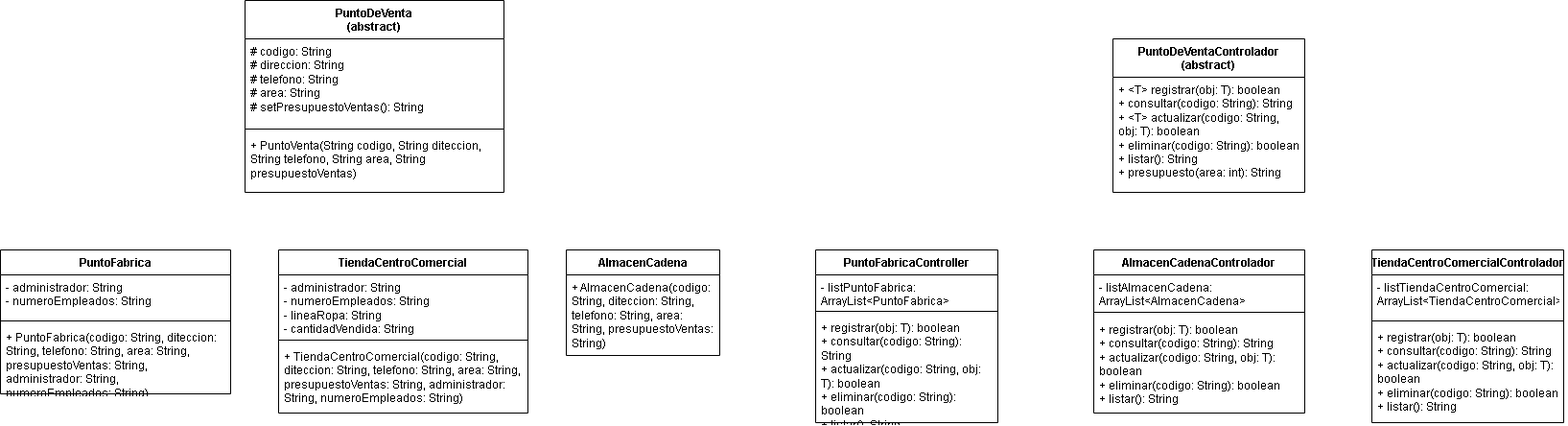
The draw.io diagram TallerFinalPunto3.drawio.png in AngelDavidGutierrez/TallerFinalPunto3, before a commit. Source tidied: cells renumbered, new cells last; positions are measured from the earlier drawing's top-left corner, leaving out a move shared by most shapes.
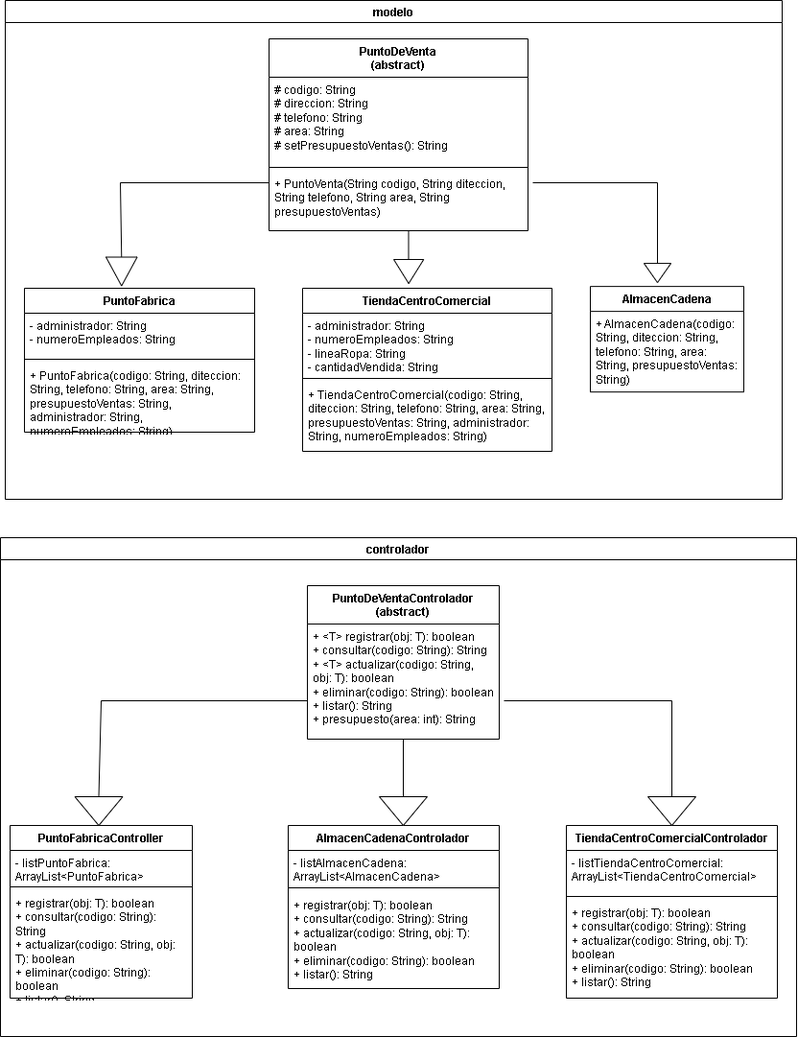
The same diagram one commit later.

The edit, as a diff of the source:
```diff
@@ -26,12 +26,6 @@
     <mxCell id="9" value="+ PuntoVenta(String codigo, String diteccion, String telefono, String area, String presupuestoVentas)" style="text;strokeColor=none;fillColor=none;align=left;verticalAlign=top;spacingLeft=4;spacingRight=4;overflow=hidden;points=[[0,0.5],[1,0.5]];portConstraint=eastwest;whiteSpace=wrap;html=1;" parent="6" vertex="1">
       <mxGeometry y="138" width="270" height="62" as="geometry" />
     </mxCell>
-    <mxCell id="10" value="AlmacenCadena" style="swimlane;fontStyle=1;align=center;verticalAlign=top;horizontal=1;startSize=26;whiteSpace=wrap;html=1;" parent="1" vertex="1">
-      <mxGeometry x="590" y="260" width="160" height="110" as="geometry" />
-    </mxCell>
-    <mxCell id="11" value="+&amp;nbsp;AlmacenCadena(codigo: String, diteccion: String, telefono: String, area: String, presupuestoVentas: String)&amp;nbsp;" style="text;strokeColor=none;fillColor=none;align=left;verticalAlign=top;spacingLeft=4;spacingRight=4;overflow=hidden;whiteSpace=wrap;html=1;" parent="10" vertex="1">
-      <mxGeometry y="26" width="160" height="84" as="geometry" />
-    </mxCell>
     <mxCell id="12" value="PuntoFabrica" style="swimlane;fontStyle=1;align=center;verticalAlign=top;horizontal=1;startSize=26;whiteSpace=wrap;html=1;" parent="1" vertex="1">
       <mxGeometry y="260" width="240" height="150" as="geometry" />
     </mxCell>
@@ -44,14 +38,8 @@
     <mxCell id="15" value="&lt;div&gt;+&amp;nbsp;PuntoFabrica(codigo: String, diteccion: String, telefono: String, area: String, presupuestoVentas: String, administrador: String, numeroEmpleados: String)&lt;/div&gt;" style="text;strokeColor=none;fillColor=none;align=left;verticalAlign=top;spacingLeft=4;spacingRight=4;overflow=hidden;whiteSpace=wrap;html=1;" parent="12" vertex="1">
       <mxGeometry y="78" width="240" height="72" as="geometry" />
     </mxCell>
-    <mxCell id="16" value="PuntoDeVentaControlador&lt;div&gt;(abstract)&lt;/div&gt;" style="swimlane;fontStyle=1;align=center;verticalAlign=top;horizontal=1;startSize=40;whiteSpace=wrap;html=1;" parent="1" vertex="1">
-      <mxGeometry x="1160" y="40" width="200" height="160" as="geometry" />
-    </mxCell>
-    <mxCell id="17" value="+ &amp;lt;T&amp;gt; registrar(obj: T): boolean&lt;div&gt;+ consultar(codigo: String): String&lt;/div&gt;&lt;div&gt;+ &amp;lt;T&amp;gt; actualizar(codigo: String, obj: T): boolean&lt;/div&gt;&lt;div&gt;+&amp;nbsp;eliminar(codigo: String): boolean&lt;/div&gt;&lt;div&gt;+&amp;nbsp;listar(): String&lt;/div&gt;&lt;div&gt;+&amp;nbsp;presupuesto(area: int): String&lt;/div&gt;" style="text;strokeColor=none;fillColor=none;align=left;verticalAlign=top;spacingLeft=4;spacingRight=4;overflow=hidden;points=[[0,0.5],[1,0.5]];portConstraint=eastwest;whiteSpace=wrap;html=1;" parent="16" vertex="1">
-      <mxGeometry y="40" width="200" height="120" as="geometry" />
-    </mxCell>
     <mxCell id="18" value="AlmacenCadenaControlador" style="swimlane;fontStyle=1;align=center;verticalAlign=top;horizontal=1;startSize=26;whiteSpace=wrap;html=1;" parent="1" vertex="1">
-      <mxGeometry x="1140" y="260" width="220" height="170" as="geometry" />
+      <mxGeometry x="275" y="820" width="220" height="170" as="geometry" />
     </mxCell>
     <mxCell id="19" value="-&amp;nbsp;listAlmacenCadena: ArrayList&amp;lt;AlmacenCadena&amp;gt;" style="text;strokeColor=none;fillColor=none;align=left;verticalAlign=top;spacingLeft=4;spacingRight=4;overflow=hidden;whiteSpace=wrap;html=1;" parent="18" vertex="1">
       <mxGeometry y="26" width="220" height="34" as="geometry" />
@@ -63,19 +51,19 @@
       <mxGeometry y="70" width="220" height="100" as="geometry" />
     </mxCell>
     <mxCell id="22" value="TiendaCentroComercialControlador" style="swimlane;fontStyle=1;align=center;verticalAlign=top;horizontal=1;startSize=26;whiteSpace=wrap;html=1;" parent="1" vertex="1">
-      <mxGeometry x="1430" y="260" width="200" height="180" as="geometry" />
+      <mxGeometry x="565" y="820" width="220" height="180" as="geometry" />
     </mxCell>
     <mxCell id="23" value="-&amp;nbsp;listTiendaCentroComercial: ArrayList&amp;lt;TiendaCentroComercial&amp;gt;" style="text;strokeColor=none;fillColor=none;align=left;verticalAlign=top;spacingLeft=4;spacingRight=4;overflow=hidden;whiteSpace=wrap;html=1;" parent="22" vertex="1">
-      <mxGeometry y="26" width="200" height="44" as="geometry" />
+      <mxGeometry y="26" width="220" height="44" as="geometry" />
     </mxCell>
     <mxCell id="24" style="line;strokeWidth=1;fillColor=none;align=left;verticalAlign=middle;spacingTop=-1;spacingLeft=3;spacingRight=3;labelPosition=right;strokeColor=inherit;" parent="22" vertex="1">
-      <mxGeometry y="70" width="200" height="8" as="geometry" />
+      <mxGeometry y="70" width="220" height="8" as="geometry" />
     </mxCell>
     <mxCell id="25" value="+&amp;nbsp;registrar(obj: T): boolean&lt;div&gt;+&amp;nbsp;consultar(codigo: String): String&lt;/div&gt;&lt;div&gt;+&amp;nbsp;actualizar(codigo: String, obj: T): boolean&lt;/div&gt;&lt;div&gt;+&amp;nbsp;eliminar(codigo: String): boolean&lt;/div&gt;&lt;div&gt;+&amp;nbsp;listar(): String&lt;/div&gt;" style="text;strokeColor=none;fillColor=none;align=left;verticalAlign=top;spacingLeft=4;spacingRight=4;overflow=hidden;whiteSpace=wrap;html=1;" parent="22" vertex="1">
-      <mxGeometry y="78" width="200" height="102" as="geometry" />
+      <mxGeometry y="78" width="220" height="102" as="geometry" />
     </mxCell>
     <mxCell id="26" value="PuntoFabricaController" style="swimlane;fontStyle=1;align=center;verticalAlign=top;horizontal=1;startSize=26;whiteSpace=wrap;html=1;" parent="1" vertex="1">
-      <mxGeometry x="850" y="260" width="190" height="180" as="geometry" />
+      <mxGeometry x="-15" y="820" width="190" height="180" as="geometry" />
     </mxCell>
     <mxCell id="27" value="-&amp;nbsp;listPuntoFabrica: ArrayList&amp;lt;PuntoFabrica&amp;gt;" style="text;strokeColor=none;fillColor=none;align=left;verticalAlign=top;spacingLeft=4;spacingRight=4;overflow=hidden;whiteSpace=wrap;html=1;" parent="26" vertex="1">
       <mxGeometry y="26" width="190" height="34" as="geometry" />
@@ -86,5 +74,84 @@
     <mxCell id="29" value="+&amp;nbsp;registrar(obj: T): boolean&lt;div&gt;+&amp;nbsp;consultar(codigo: String): String&lt;/div&gt;&lt;div&gt;+&amp;nbsp;actualizar(codigo: String, obj: T): boolean&lt;/div&gt;&lt;div&gt;+&amp;nbsp;eliminar(codigo: String): boolean&lt;/div&gt;&lt;div&gt;+&amp;nbsp;listar(): String&lt;/div&gt;" style="text;strokeColor=none;fillColor=none;align=left;verticalAlign=top;spacingLeft=4;spacingRight=4;overflow=hidden;whiteSpace=wrap;html=1;" parent="26" vertex="1">
       <mxGeometry y="68" width="190" height="112" as="geometry" />
     </mxCell>
+    <mxCell id="30" value="modelo" style="swimlane;" parent="1" vertex="1">
+      <mxGeometry x="-20" y="-40" width="810" height="520" as="geometry" />
+    </mxCell>
+    <mxCell id="31" style="triangle;whiteSpace=wrap;html=1;rotation=90;" parent="30" vertex="1">
+      <mxGeometry x="408.1" y="266.9" width="25" height="31.2" as="geometry" />
+    </mxCell>
+    <mxCell id="32" style="endArrow=none;html=1;rounded=0;" parent="30" edge="1">
+      <mxGeometry relative="1" as="geometry">
+        <mxPoint x="420.5" y="270" as="sourcePoint" />
+        <mxPoint x="420.5" y="240" as="targetPoint" />
+      </mxGeometry>
+    </mxCell>
+    <mxCell id="33" style="triangle;whiteSpace=wrap;html=1;rotation=90;" parent="30" vertex="1">
+      <mxGeometry x="670" y="270" width="20" height="28.1" as="geometry" />
+    </mxCell>
+    <mxCell id="10" value="AlmacenCadena" style="swimlane;fontStyle=1;align=center;verticalAlign=top;horizontal=1;startSize=26;whiteSpace=wrap;html=1;" parent="30" vertex="1">
+      <mxGeometry x="610" y="298.1" width="160" height="110" as="geometry" />
+    </mxCell>
+    <mxCell id="11" value="+&amp;nbsp;AlmacenCadena(codigo: String, diteccion: String, telefono: String, area: String, presupuestoVentas: String)&amp;nbsp;" style="text;strokeColor=none;fillColor=none;align=left;verticalAlign=top;spacingLeft=4;spacingRight=4;overflow=hidden;whiteSpace=wrap;html=1;" parent="10" vertex="1">
+      <mxGeometry y="26" width="160" height="84" as="geometry" />
+    </mxCell>
+    <mxCell id="34" style="triangle;whiteSpace=wrap;html=1;rotation=90;" parent="30" vertex="1">
+      <mxGeometry x="106.3" y="266.3" width="30" height="32.5" as="geometry" />
+    </mxCell>
+    <mxCell id="35" value="controlador" style="swimlane;" parent="1" vertex="1">
+      <mxGeometry x="-25" y="520" width="830" height="520" as="geometry" />
+    </mxCell>
+    <mxCell id="36" style="endArrow=none;html=1;rounded=0;exitX=0;exitY=0.5;exitDx=0;exitDy=0;" parent="35" edge="1" source="37">
+      <mxGeometry relative="1" as="geometry">
+        <mxPoint x="320" y="170" as="targetPoint" />
+        <Array as="points">
+          <mxPoint x="105" y="170" />
+        </Array>
+      </mxGeometry>
+    </mxCell>
+    <mxCell id="37" style="triangle;whiteSpace=wrap;html=1;rotation=90;" parent="35" vertex="1">
+      <mxGeometry x="87.5" y="260" width="30" height="50" as="geometry" />
+    </mxCell>
+    <mxCell id="16" value="PuntoDeVentaControlador&lt;div&gt;(abstract)&lt;/div&gt;" style="swimlane;fontStyle=1;align=center;verticalAlign=top;horizontal=1;startSize=40;whiteSpace=wrap;html=1;" parent="35" vertex="1">
+      <mxGeometry x="320" y="50" width="200" height="160" as="geometry" />
+    </mxCell>
+    <mxCell id="17" value="+ &amp;lt;T&amp;gt; registrar(obj: T): boolean&lt;div&gt;+ consultar(codigo: String): String&lt;/div&gt;&lt;div&gt;+ &amp;lt;T&amp;gt; actualizar(codigo: String, obj: T): boolean&lt;/div&gt;&lt;div&gt;+&amp;nbsp;eliminar(codigo: String): boolean&lt;/div&gt;&lt;div&gt;+&amp;nbsp;listar(): String&lt;/div&gt;&lt;div&gt;+&amp;nbsp;presupuesto(area: int): String&lt;/div&gt;" style="text;strokeColor=none;fillColor=none;align=left;verticalAlign=top;spacingLeft=4;spacingRight=4;overflow=hidden;points=[[0,0.5],[1,0.5]];portConstraint=eastwest;whiteSpace=wrap;html=1;" parent="16" vertex="1">
+      <mxGeometry y="40" width="200" height="120" as="geometry" />
+    </mxCell>
+    <mxCell id="38" style="triangle;whiteSpace=wrap;html=1;rotation=90;" parent="35" vertex="1">
+      <mxGeometry x="685" y="260" width="30" height="50" as="geometry" />
+    </mxCell>
+    <mxCell id="39" style="triangle;whiteSpace=wrap;html=1;rotation=90;" parent="35" vertex="1">
+      <mxGeometry x="405" y="260" width="30" height="50" as="geometry" />
+    </mxCell>
+    <mxCell id="40" style="endArrow=none;html=1;rounded=0;exitX=0;exitY=0.5;exitDx=0;exitDy=0;" parent="1" edge="1" source="33">
+      <mxGeometry relative="1" as="geometry">
+        <mxPoint x="530" y="150" as="targetPoint" />
+        <Array as="points">
+          <mxPoint x="660" y="150" />
+        </Array>
+      </mxGeometry>
+    </mxCell>
+    <mxCell id="41" style="endArrow=none;html=1;rounded=0;entryX=-0.001;entryY=0.194;entryDx=0;entryDy=0;entryPerimeter=0;exitX=0;exitY=0.5;exitDx=0;exitDy=0;" parent="1" edge="1" source="34" target="9">
+      <mxGeometry relative="1" as="geometry">
+        <Array as="points">
+          <mxPoint x="100" y="150" />
+        </Array>
+      </mxGeometry>
+    </mxCell>
+    <mxCell id="42" style="endArrow=none;html=1;rounded=0;" parent="1" edge="1">
+      <mxGeometry relative="1" as="geometry">
+        <mxPoint x="500" y="690" as="sourcePoint" />
+        <mxPoint x="675" y="790" as="targetPoint" />
+        <Array as="points">
+          <mxPoint x="675" y="690" />
+        </Array>
+      </mxGeometry>
+    </mxCell>
+    <mxCell id="43" style="endArrow=none;html=1;rounded=0;" parent="1" edge="1" source="17">
+      <mxGeometry relative="1" as="geometry">
+        <mxPoint x="395" y="790" as="targetPoint" />
+      </mxGeometry>
+    </mxCell>
   </root>
 </mxGraphModel>
```
